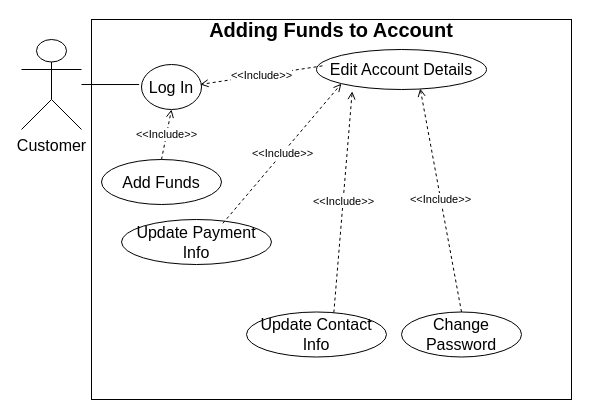
Above: docs/Use Cases/io_files/Inventory_Management_Use_Case.drawio in bstew794/Dan-s-Bagels (draw.io), before the change. Source tidied: cells renumbered, new cells numbered last; positions are measured from the earlier drawing's top-left corner, leaving out a move shared by most shapes. Both pictures are drawn from the tidied source at 100%, with x=0, y=0 at pixel (21, 19).
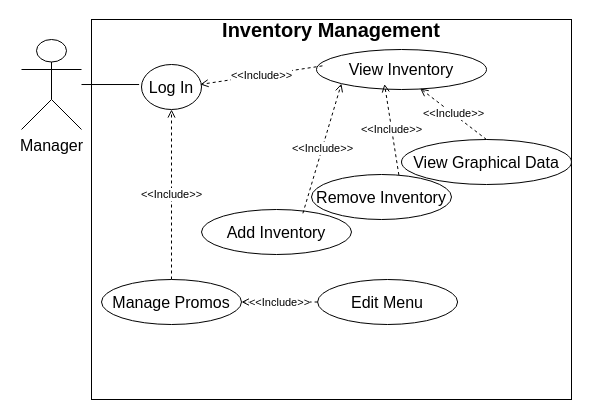
The same diagram, later.

Change to the diagram source:
```diff
@@
 <mxGraphModel>
   <root>
     <mxCell id="0" />
     <mxCell id="1" parent="0" />
     <mxCell id="2" style="rounded=0;whiteSpace=wrap;html=1;" parent="1" vertex="1">
       <mxGeometry x="70" width="480" height="380" as="geometry" />
     </mxCell>
-    <mxCell id="3" value="&lt;font style=&quot;font-size: 20px&quot;&gt;Adding Funds to Account&lt;br&gt;&lt;/font&gt;" style="text;html=1;strokeColor=none;fillColor=none;align=center;verticalAlign=middle;whiteSpace=wrap;rounded=0;fontStyle=1;" parent="1" vertex="1">
+    <mxCell id="3" value="&lt;font style=&quot;font-size: 20px&quot;&gt;Inventory Management&lt;br&gt;&lt;/font&gt;" style="text;html=1;strokeColor=none;fillColor=none;align=center;verticalAlign=middle;whiteSpace=wrap;rounded=0;fontStyle=1;" parent="1" vertex="1">
       <mxGeometry x="183.9" width="252.2" height="20" as="geometry" />
     </mxCell>
     <mxCell id="4" style="edgeStyle=orthogonalEdgeStyle;rounded=0;jettySize=auto;html=1;entryX=-0.04;entryY=0.445;entryDx=0;entryDy=0;entryPerimeter=0;endArrow=none;endFill=0;" parent="1" edge="1" source="5" target="6">
       <mxGeometry relative="1" as="geometry" />
     </mxCell>
-    <mxCell id="5" value="&lt;font style=&quot;font-size: 16px&quot;&gt;Customer&lt;/font&gt;" style="shape=umlActor;verticalLabelPosition=bottom;verticalAlign=top;html=1;outlineConnect=0;" parent="1" vertex="1">
+    <mxCell id="5" value="&lt;span style=&quot;font-size: 16px&quot;&gt;Manager&lt;/span&gt;" style="shape=umlActor;verticalLabelPosition=bottom;verticalAlign=top;html=1;outlineConnect=0;" parent="1" vertex="1">
       <mxGeometry y="20" width="60" height="90" as="geometry" />
     </mxCell>
     <mxCell id="6" value="&lt;font style=&quot;font-size: 16px&quot;&gt;Log In&lt;/font&gt;" style="ellipse;whiteSpace=wrap;html=1;" parent="1" vertex="1">
       <mxGeometry x="120" y="45" width="60" height="45" as="geometry" />
     </mxCell>
-    <mxCell id="7" value="&lt;font style=&quot;font-size: 16px&quot;&gt;Change Password&lt;/font&gt;" style="ellipse;whiteSpace=wrap;html=1;" parent="1" vertex="1">
-      <mxGeometry x="380" y="292.5" width="120" height="45" as="geometry" />
+    <mxCell id="7" value="&lt;font style=&quot;font-size: 16px&quot;&gt;View Graphical Data&lt;/font&gt;" style="ellipse;whiteSpace=wrap;html=1;" parent="1" vertex="1">
+      <mxGeometry x="380" y="120" width="170" height="45" as="geometry" />
     </mxCell>
     <mxCell id="8" value="&amp;lt;&amp;lt;Include&amp;gt;&amp;gt;" style="rounded=0;jettySize=auto;html=1;exitX=0.5;exitY=0;exitDx=0;exitDy=0;entryX=0.5;entryY=1;entryDx=0;entryDy=0;endArrow=open;endFill=0;dashed=1;" parent="1" edge="1" source="9" target="6">
       <mxGeometry relative="1" as="geometry" />
     </mxCell>
-    <mxCell id="9" value="&lt;font style=&quot;font-size: 16px&quot;&gt;Add Funds&lt;/font&gt;" style="ellipse;whiteSpace=wrap;html=1;" parent="1" vertex="1">
-      <mxGeometry x="80" y="140" width="120" height="45" as="geometry" />
+    <mxCell id="9" value="&lt;font style=&quot;font-size: 16px&quot;&gt;Manage Promos&lt;/font&gt;" style="ellipse;whiteSpace=wrap;html=1;" parent="1" vertex="1">
+      <mxGeometry x="80" y="260" width="140" height="45" as="geometry" />
     </mxCell>
-    <mxCell id="10" value="&lt;font style=&quot;font-size: 16px&quot;&gt;Edit Account Details&lt;/font&gt;" style="ellipse;whiteSpace=wrap;html=1;" parent="1" vertex="1">
+    <mxCell id="10" value="&lt;font style=&quot;font-size: 16px&quot;&gt;View Inventory&lt;/font&gt;" style="ellipse;whiteSpace=wrap;html=1;" parent="1" vertex="1">
       <mxGeometry x="295" y="30" width="170" height="40" as="geometry" />
     </mxCell>
-    <mxCell id="11" value="&lt;span style=&quot;font-size: 16px&quot;&gt;Update Payment Info&lt;/span&gt;" style="ellipse;whiteSpace=wrap;html=1;" parent="1" vertex="1">
-      <mxGeometry x="100" y="200" width="150" height="45" as="geometry" />
+    <mxCell id="11" value="&lt;span style=&quot;font-size: 16px&quot;&gt;Add Inventory&lt;/span&gt;" style="ellipse;whiteSpace=wrap;html=1;" parent="1" vertex="1">
+      <mxGeometry x="180" y="190" width="150" height="45" as="geometry" />
     </mxCell>
     <mxCell id="12" value="&amp;lt;&amp;lt;Include&amp;gt;&amp;gt;" style="rounded=0;jettySize=auto;html=1;exitX=0.5;exitY=0;exitDx=0;exitDy=0;endArrow=open;endFill=0;dashed=1;entryX=0.61;entryY=0.975;entryDx=0;entryDy=0;entryPerimeter=0;" parent="1" edge="1" source="7" target="10">
       <mxGeometry relative="1" as="geometry" />
     </mxCell>
     <mxCell id="13" value="&amp;lt;&amp;lt;Include&amp;gt;&amp;gt;" style="rounded=0;jettySize=auto;html=1;exitX=0.035;exitY=0.409;exitDx=0;exitDy=0;entryX=0.979;entryY=0.444;entryDx=0;entryDy=0;endArrow=open;endFill=0;dashed=1;exitPerimeter=0;entryPerimeter=0;" parent="1" edge="1" source="10" target="6">
       <mxGeometry relative="1" as="geometry" />
     </mxCell>
     <mxCell id="14" value="&amp;lt;&amp;lt;Include&amp;gt;&amp;gt;" style="rounded=0;jettySize=auto;html=1;exitX=0.676;exitY=0.085;exitDx=0;exitDy=0;entryX=0;entryY=1;entryDx=0;entryDy=0;endArrow=open;endFill=0;dashed=1;exitPerimeter=0;" parent="1" edge="1" source="11" target="10">
       <mxGeometry relative="1" as="geometry" />
     </mxCell>
-    <mxCell id="15" value="&lt;font style=&quot;font-size: 16px&quot;&gt;Update Contact Info&lt;/font&gt;" style="ellipse;whiteSpace=wrap;html=1;" parent="1" vertex="1">
-      <mxGeometry x="225" y="292.5" width="140" height="45" as="geometry" />
+    <mxCell id="15" value="&lt;font style=&quot;font-size: 16px&quot;&gt;Remove Inventory&lt;/font&gt;" style="ellipse;whiteSpace=wrap;html=1;" parent="1" vertex="1">
+      <mxGeometry x="290" y="155" width="140" height="45" as="geometry" />
     </mxCell>
-    <mxCell id="16" value="&amp;lt;&amp;lt;Include&amp;gt;&amp;gt;" style="rounded=0;jettySize=auto;html=1;exitX=0.624;exitY=0.011;exitDx=0;exitDy=0;entryX=0.21;entryY=1.046;entryDx=0;entryDy=0;endArrow=open;endFill=0;dashed=1;exitPerimeter=0;entryPerimeter=0;" parent="1" edge="1" source="15" target="10">
+    <mxCell id="16" value="&amp;lt;&amp;lt;Include&amp;gt;&amp;gt;" style="rounded=0;jettySize=auto;html=1;exitX=0.624;exitY=0.011;exitDx=0;exitDy=0;entryX=0.4;entryY=0.864;entryDx=0;entryDy=0;endArrow=open;endFill=0;dashed=1;exitPerimeter=0;entryPerimeter=0;" parent="1" edge="1" source="15" target="10">
       <mxGeometry relative="1" as="geometry" />
     </mxCell>
+    <mxCell id="17" value="&lt;font style=&quot;font-size: 16px&quot;&gt;Edit Menu&lt;/font&gt;" style="ellipse;whiteSpace=wrap;html=1;" parent="1" vertex="1">
+      <mxGeometry x="296.1" y="260" width="140" height="45" as="geometry" />
+    </mxCell>
+    <mxCell id="18" value="&amp;lt;&amp;lt;Include&amp;gt;&amp;gt;" style="rounded=0;jettySize=auto;html=1;exitX=0;exitY=0.5;exitDx=0;exitDy=0;entryX=1;entryY=0.5;entryDx=0;entryDy=0;endArrow=open;endFill=0;dashed=1;" parent="1" edge="1" source="17" target="9">
+      <mxGeometry relative="1" as="geometry" />
+    </mxCell>
   </root>
 </mxGraphModel>
```
